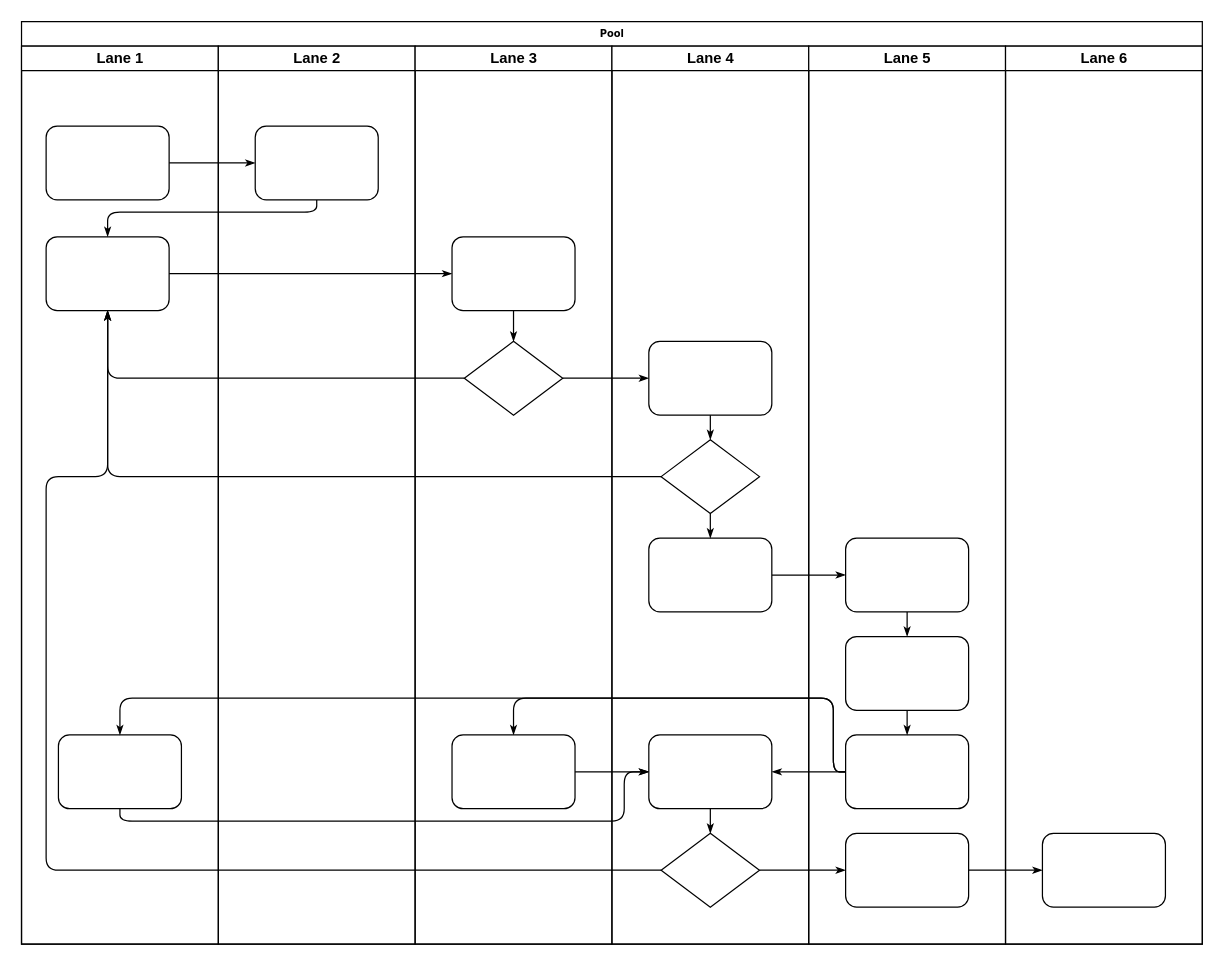
The draw.io diagram ProjectManagement/库存数据流图.drawio in liuyunlong1229/aaa, before the edit. Source tidied: cells renumbered, new cells numbered last; positions are measured from the earlier drawing's top-left corner, leaving out a move shared by most shapes. Both pictures are drawn from the tidied source at 123%, with x=0, y=0 at pixel (21, 21).
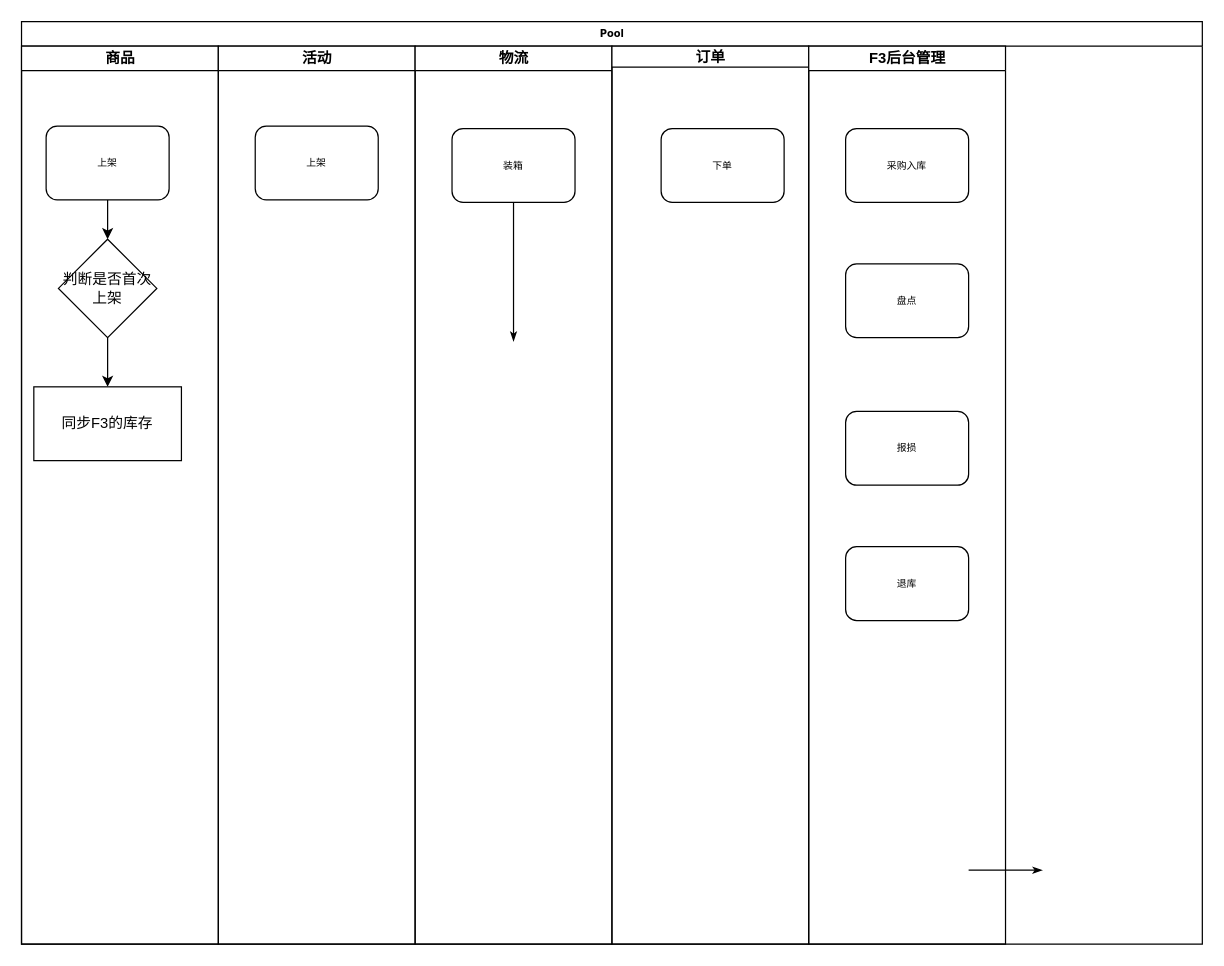
Above is the later version.

Commit message (it also covers changes not shown here):
更新库存数据流图.drawio

Unchanged cells that the change refers to:
```xml
<mxCell id="2" value="Pool" style="swimlane;html=1;startSize=20;rounded=0;shadow=0;labelBackgroundColor=none;strokeWidth=1;fontFamily=Verdana;fontSize=8;align=center;" parent="1" vertex="1">
  <mxGeometry width="960" height="750" as="geometry" />
</mxCell>
```

Change to the diagram source:
```diff
@@
-    <mxCell id="3" value="Lane 1" style="swimlane;html=1;startSize=20;" parent="2" vertex="1">
+    <mxCell id="3" value="商品" style="swimlane;html=1;startSize=20;" parent="2" vertex="1">
       <mxGeometry y="20" width="160" height="730" as="geometry" />
     </mxCell>
+    <mxCell id="47" style="edgeStyle=orthogonalEdgeStyle;rounded=0;jettySize=auto;html=1;" parent="3" edge="1" source="4" target="49">
+      <mxGeometry relative="1" as="geometry" />
+    </mxCell>
-    <mxCell id="4" style="rounded=1;whiteSpace=wrap;html=1;shadow=0;labelBackgroundColor=none;strokeWidth=1;fontFamily=Verdana;fontSize=8;align=center;" parent="3" vertex="1">
+    <mxCell id="4" value="上架" style="rounded=1;whiteSpace=wrap;html=1;shadow=0;labelBackgroundColor=none;strokeWidth=1;fontFamily=Verdana;fontSize=8;align=center;" parent="3" vertex="1">
       <mxGeometry x="20" y="65" width="100" height="60" as="geometry" />
     </mxCell>
+    <mxCell id="48" style="edgeStyle=orthogonalEdgeStyle;rounded=0;jettySize=auto;html=1;" parent="3" edge="1" source="49" target="50">
+      <mxGeometry relative="1" as="geometry" />
+    </mxCell>
+    <mxCell id="49" value="判断是否首次上架" style="rhombus;whiteSpace=wrap;html=1;" parent="3" vertex="1">
+      <mxGeometry x="30" y="157" width="80" height="80" as="geometry" />
+    </mxCell>
+    <mxCell id="50" value="同步F3的库存" style="rounded=0;whiteSpace=wrap;html=1;" parent="3" vertex="1">
+      <mxGeometry x="10" y="277" width="120" height="60" as="geometry" />
+    </mxCell>
+    <mxCell id="15" style="edgeStyle=orthogonalEdgeStyle;rounded=1;html=1;labelBackgroundColor=none;startArrow=none;startFill=0;startSize=5;endArrow=classicThin;endFill=1;endSize=5;jettySize=auto;orthogonalLoop=1;strokeWidth=1;fontFamily=Verdana;fontSize=8;" parent="2" edge="1">
+      <mxGeometry relative="1" as="geometry">
+        <mxPoint x="770" y="690" as="sourcePoint" />
+        <mxPoint x="830" y="690" as="targetPoint" />
+      </mxGeometry>
+    </mxCell>
+    <mxCell id="22" value="活动" style="swimlane;html=1;startSize=20;" parent="2" vertex="1">
+      <mxGeometry x="160" y="20" width="160" height="730" as="geometry" />
+    </mxCell>
-    <mxCell id="5" style="rounded=1;whiteSpace=wrap;html=1;shadow=0;labelBackgroundColor=none;strokeWidth=1;fontFamily=Verdana;fontSize=8;align=center;" parent="3" vertex="1">
-      <mxGeometry x="20" y="155" width="100" height="60" as="geometry" />
+    <mxCell id="5" value="上架" style="rounded=1;whiteSpace=wrap;html=1;shadow=0;labelBackgroundColor=none;strokeWidth=1;fontFamily=Verdana;fontSize=8;align=center;" parent="22" vertex="1">
+      <mxGeometry x="30" y="65" width="100" height="60" as="geometry" />
     </mxCell>
-    <mxCell id="6" style="rounded=1;whiteSpace=wrap;html=1;shadow=0;labelBackgroundColor=none;strokeWidth=1;fontFamily=Verdana;fontSize=8;align=center;" parent="3" vertex="1">
-      <mxGeometry x="30" y="560" width="100" height="60" as="geometry" />
-    </mxCell>
-    <mxCell id="7" style="edgeStyle=orthogonalEdgeStyle;rounded=1;html=1;labelBackgroundColor=none;startArrow=none;startFill=0;startSize=5;endArrow=classicThin;endFill=1;endSize=5;jettySize=auto;strokeWidth=1;fontFamily=Verdana;fontSize=8;" parent="2" edge="1" source="4" target="23">
-      <mxGeometry relative="1" as="geometry" />
-    </mxCell>
-    <mxCell id="8" style="edgeStyle=orthogonalEdgeStyle;rounded=1;html=1;labelBackgroundColor=none;startArrow=none;startFill=0;startSize=5;endArrow=classicThin;endFill=1;endSize=5;jettySize=auto;strokeWidth=1;fontFamily=Verdana;fontSize=8;" parent="2" edge="1" source="23" target="5">
-      <mxGeometry relative="1" as="geometry">
-        <Array as="points">
-          <mxPoint x="240" y="155" />
-          <mxPoint x="70" y="155" />
-        </Array>
-      </mxGeometry>
-    </mxCell>
-    <mxCell id="9" style="edgeStyle=orthogonalEdgeStyle;rounded=1;html=1;labelBackgroundColor=none;startArrow=none;startFill=0;startSize=5;endArrow=classicThin;endFill=1;endSize=5;jettySize=auto;strokeWidth=1;fontFamily=Verdana;fontSize=8;" parent="2" edge="1" source="5" target="25">
-      <mxGeometry relative="1" as="geometry" />
-    </mxCell>
-    <mxCell id="10" style="edgeStyle=orthogonalEdgeStyle;rounded=1;html=1;labelBackgroundColor=none;startArrow=none;startFill=0;startSize=5;endArrow=classicThin;endFill=1;endSize=5;jettySize=auto;strokeWidth=1;fontFamily=Verdana;fontSize=8;" parent="2" edge="1" source="26" target="5">
-      <mxGeometry relative="1" as="geometry" />
-    </mxCell>
-    <mxCell id="11" style="edgeStyle=orthogonalEdgeStyle;rounded=1;html=1;labelBackgroundColor=none;startArrow=none;startFill=0;startSize=5;endArrow=classicThin;endFill=1;endSize=5;jettySize=auto;strokeWidth=1;fontFamily=Verdana;fontSize=8;" parent="2" edge="1" source="31" target="5">
-      <mxGeometry relative="1" as="geometry" />
-    </mxCell>
-    <mxCell id="12" style="edgeStyle=orthogonalEdgeStyle;rounded=1;html=1;labelBackgroundColor=none;startArrow=none;startFill=0;startSize=5;endArrow=classicThin;endFill=1;endSize=5;jettySize=auto;strokeWidth=1;fontFamily=Verdana;fontSize=8;" parent="2" edge="1" source="34" target="5">
-      <mxGeometry relative="1" as="geometry">
-        <Array as="points">
-          <mxPoint x="20" y="690" />
-          <mxPoint x="20" y="370" />
-          <mxPoint x="70" y="370" />
-        </Array>
-      </mxGeometry>
-    </mxCell>
-    <mxCell id="13" style="edgeStyle=orthogonalEdgeStyle;rounded=1;html=1;labelBackgroundColor=none;startArrow=none;startFill=0;startSize=5;endArrow=classicThin;endFill=1;endSize=5;jettySize=auto;strokeWidth=1;fontFamily=Verdana;fontSize=8;" parent="2" edge="1" source="26" target="30">
-      <mxGeometry relative="1" as="geometry" />
-    </mxCell>
-    <mxCell id="14" style="edgeStyle=orthogonalEdgeStyle;rounded=1;html=1;labelBackgroundColor=none;startArrow=none;startFill=0;startSize=5;endArrow=classicThin;endFill=1;endSize=5;jettySize=auto;strokeWidth=1;fontFamily=Verdana;fontSize=8;" parent="2" edge="1" source="34" target="42">
-      <mxGeometry relative="1" as="geometry" />
-    </mxCell>
-    <mxCell id="15" style="edgeStyle=orthogonalEdgeStyle;rounded=1;html=1;labelBackgroundColor=none;startArrow=none;startFill=0;startSize=5;endArrow=classicThin;endFill=1;endSize=5;jettySize=auto;strokeWidth=1;fontFamily=Verdana;fontSize=8;" parent="2" edge="1" source="42" target="46">
-      <mxGeometry relative="1" as="geometry" />
-    </mxCell>
-    <mxCell id="16" style="edgeStyle=orthogonalEdgeStyle;rounded=1;html=1;labelBackgroundColor=none;startArrow=none;startFill=0;startSize=5;endArrow=classicThin;endFill=1;endSize=5;jettySize=auto;strokeWidth=1;fontFamily=Verdana;fontSize=8;" parent="2" edge="1" source="32" target="39">
-      <mxGeometry relative="1" as="geometry" />
-    </mxCell>
-    <mxCell id="17" style="edgeStyle=orthogonalEdgeStyle;rounded=1;html=1;labelBackgroundColor=none;startArrow=none;startFill=0;startSize=5;endArrow=classicThin;endFill=1;endSize=5;jettySize=auto;strokeWidth=1;fontFamily=Verdana;fontSize=8;" parent="2" edge="1" source="41" target="27">
-      <mxGeometry relative="1" as="geometry">
-        <Array as="points">
-          <mxPoint x="660" y="610" />
-          <mxPoint x="660" y="550" />
-          <mxPoint x="400" y="550" />
-        </Array>
-      </mxGeometry>
-    </mxCell>
-    <mxCell id="18" style="edgeStyle=orthogonalEdgeStyle;rounded=1;html=1;labelBackgroundColor=none;startArrow=none;startFill=0;startSize=5;endArrow=classicThin;endFill=1;endSize=5;jettySize=auto;strokeColor=#000000;strokeWidth=1;fontFamily=Verdana;fontSize=8;fontColor=#000000;" parent="2" edge="1" source="41" target="33">
-      <mxGeometry relative="1" as="geometry" />
-    </mxCell>
-    <mxCell id="19" style="edgeStyle=orthogonalEdgeStyle;rounded=1;html=1;labelBackgroundColor=none;startArrow=none;startFill=0;startSize=5;endArrow=classicThin;endFill=1;endSize=5;jettySize=auto;strokeWidth=1;fontFamily=Verdana;fontSize=8;" parent="2" edge="1" source="41" target="6">
-      <mxGeometry relative="1" as="geometry">
-        <Array as="points">
-          <mxPoint x="660" y="610" />
-          <mxPoint x="660" y="550" />
-          <mxPoint x="80" y="550" />
-        </Array>
-      </mxGeometry>
-    </mxCell>
-    <mxCell id="20" style="edgeStyle=orthogonalEdgeStyle;rounded=1;html=1;labelBackgroundColor=none;startArrow=none;startFill=0;startSize=5;endArrow=classicThin;endFill=1;endSize=5;jettySize=auto;strokeWidth=1;fontFamily=Verdana;fontSize=8;" parent="2" edge="1" source="6" target="33">
-      <mxGeometry relative="1" as="geometry">
-        <Array as="points">
-          <mxPoint x="80" y="650" />
-          <mxPoint x="490" y="650" />
-          <mxPoint x="490" y="610" />
-        </Array>
-      </mxGeometry>
-    </mxCell>
-    <mxCell id="21" style="edgeStyle=orthogonalEdgeStyle;rounded=1;html=1;labelBackgroundColor=none;startArrow=none;startFill=0;startSize=5;endArrow=classicThin;endFill=1;endSize=5;jettySize=auto;strokeWidth=1;fontFamily=Verdana;fontSize=8;" parent="2" edge="1" source="27" target="33">
-      <mxGeometry relative="1" as="geometry" />
-    </mxCell>
-    <mxCell id="22" value="Lane 2" style="swimlane;html=1;startSize=20;" parent="2" vertex="1">
-      <mxGeometry x="160" y="20" width="160" height="730" as="geometry" />
-    </mxCell>
-    <mxCell id="23" style="rounded=1;whiteSpace=wrap;html=1;shadow=0;labelBackgroundColor=none;strokeWidth=1;fontFamily=Verdana;fontSize=8;align=center;" parent="22" vertex="1">
-      <mxGeometry x="30" y="65" width="100" height="60" as="geometry" />
-    </mxCell>
-    <mxCell id="24" value="Lane 3" style="swimlane;html=1;startSize=20;" parent="2" vertex="1">
+    <mxCell id="24" value="物流" style="swimlane;html=1;startSize=20;" parent="2" vertex="1">
       <mxGeometry x="320" y="20" width="160" height="730" as="geometry" />
     </mxCell>
-    <mxCell id="25" style="rounded=1;whiteSpace=wrap;html=1;shadow=0;labelBackgroundColor=none;strokeWidth=1;fontFamily=Verdana;fontSize=8;align=center;" parent="24" vertex="1">
-      <mxGeometry x="30" y="155" width="100" height="60" as="geometry" />
+    <mxCell id="25" value="装箱" style="rounded=1;whiteSpace=wrap;html=1;shadow=0;labelBackgroundColor=none;strokeWidth=1;fontFamily=Verdana;fontSize=8;align=center;" parent="24" vertex="1">
+      <mxGeometry x="30" y="67" width="100" height="60" as="geometry" />
     </mxCell>
-    <mxCell id="26" style="rhombus;whiteSpace=wrap;html=1;rounded=0;shadow=0;labelBackgroundColor=none;strokeWidth=1;fontFamily=Verdana;fontSize=8;align=center;" parent="24" vertex="1">
-      <mxGeometry x="40" y="240" width="80" height="60" as="geometry" />
-    </mxCell>
-    <mxCell id="27" style="rounded=1;whiteSpace=wrap;html=1;shadow=0;labelBackgroundColor=none;strokeWidth=1;fontFamily=Verdana;fontSize=8;align=center;" parent="24" vertex="1">
-      <mxGeometry x="30" y="560" width="100" height="60" as="geometry" />
-    </mxCell>
-    <mxCell id="28" style="edgeStyle=orthogonalEdgeStyle;rounded=1;html=1;labelBackgroundColor=none;startArrow=none;startFill=0;startSize=5;endArrow=classicThin;endFill=1;endSize=5;jettySize=auto;strokeWidth=1;fontFamily=Verdana;fontSize=8;" parent="24" edge="1" source="25" target="26">
-      <mxGeometry relative="1" as="geometry" />
+    <mxCell id="28" style="edgeStyle=orthogonalEdgeStyle;rounded=1;html=1;labelBackgroundColor=none;startArrow=none;startFill=0;startSize=5;endArrow=classicThin;endFill=1;endSize=5;jettySize=auto;strokeWidth=1;fontFamily=Verdana;fontSize=8;" parent="24" edge="1" source="25">
+      <mxGeometry relative="1" as="geometry">
+        <mxPoint x="80" y="240" as="targetPoint" />
+      </mxGeometry>
     </mxCell>
-    <mxCell id="29" value="Lane 4" style="swimlane;html=1;startSize=20;" parent="2" vertex="1">
+    <mxCell id="29" value="订单" style="swimlane;html=1;startSize=17;" parent="2" vertex="1">
       <mxGeometry x="480" y="20" width="160" height="730" as="geometry" />
     </mxCell>
-    <mxCell id="30" style="rounded=1;whiteSpace=wrap;html=1;shadow=0;labelBackgroundColor=none;strokeWidth=1;fontFamily=Verdana;fontSize=8;align=center;" parent="29" vertex="1">
-      <mxGeometry x="30" y="240" width="100" height="60" as="geometry" />
+    <mxCell id="30" value="下单" style="rounded=1;whiteSpace=wrap;html=1;shadow=0;labelBackgroundColor=none;strokeWidth=1;fontFamily=Verdana;fontSize=8;align=center;" parent="29" vertex="1">
+      <mxGeometry x="40" y="67" width="100" height="60" as="geometry" />
     </mxCell>
-    <mxCell id="31" style="rhombus;whiteSpace=wrap;html=1;rounded=0;shadow=0;labelBackgroundColor=none;strokeWidth=1;fontFamily=Verdana;fontSize=8;align=center;" parent="29" vertex="1">
-      <mxGeometry x="40" y="320" width="80" height="60" as="geometry" />
-    </mxCell>
-    <mxCell id="32" style="rounded=1;whiteSpace=wrap;html=1;shadow=0;labelBackgroundColor=none;strokeWidth=1;fontFamily=Verdana;fontSize=8;align=center;" parent="29" vertex="1">
-      <mxGeometry x="30" y="400" width="100" height="60" as="geometry" />
-    </mxCell>
-    <mxCell id="33" style="rounded=1;whiteSpace=wrap;html=1;shadow=0;labelBackgroundColor=none;strokeWidth=1;fontFamily=Verdana;fontSize=8;align=center;" parent="29" vertex="1">
-      <mxGeometry x="30" y="560" width="100" height="60" as="geometry" />
-    </mxCell>
-    <mxCell id="34" style="rhombus;whiteSpace=wrap;html=1;rounded=0;shadow=0;labelBackgroundColor=none;strokeWidth=1;fontFamily=Verdana;fontSize=8;align=center;" parent="29" vertex="1">
-      <mxGeometry x="40" y="640" width="80" height="60" as="geometry" />
-    </mxCell>
-    <mxCell id="35" style="edgeStyle=orthogonalEdgeStyle;rounded=1;html=1;labelBackgroundColor=none;startArrow=none;startFill=0;startSize=5;endArrow=classicThin;endFill=1;endSize=5;jettySize=auto;strokeColor=#000000;strokeWidth=1;fontFamily=Verdana;fontSize=8;fontColor=#000000;" parent="29" edge="1" source="30" target="31">
-      <mxGeometry relative="1" as="geometry" />
-    </mxCell>
-    <mxCell id="36" style="edgeStyle=orthogonalEdgeStyle;rounded=1;html=1;labelBackgroundColor=none;startArrow=none;startFill=0;startSize=5;endArrow=classicThin;endFill=1;endSize=5;jettySize=auto;strokeWidth=1;fontFamily=Verdana;fontSize=8;" parent="29" edge="1" source="31" target="32">
-      <mxGeometry relative="1" as="geometry" />
-    </mxCell>
-    <mxCell id="37" style="edgeStyle=orthogonalEdgeStyle;rounded=1;html=1;labelBackgroundColor=none;startArrow=none;startFill=0;startSize=5;endArrow=classicThin;endFill=1;endSize=5;jettySize=auto;strokeWidth=1;fontFamily=Verdana;fontSize=8;" parent="29" edge="1" source="33" target="34">
-      <mxGeometry relative="1" as="geometry" />
-    </mxCell>
-    <mxCell id="38" value="Lane 5" style="swimlane;html=1;startSize=20;" parent="2" vertex="1">
+    <mxCell id="38" value="F3后台管理" style="swimlane;html=1;startSize=20;" parent="2" vertex="1">
       <mxGeometry x="640" y="20" width="160" height="730" as="geometry" />
     </mxCell>
-    <mxCell id="39" style="rounded=1;whiteSpace=wrap;html=1;shadow=0;labelBackgroundColor=none;strokeWidth=1;fontFamily=Verdana;fontSize=8;align=center;" parent="38" vertex="1">
-      <mxGeometry x="30" y="400" width="100" height="60" as="geometry" />
-    </mxCell>
-    <mxCell id="40" style="rounded=1;whiteSpace=wrap;html=1;shadow=0;labelBackgroundColor=none;strokeWidth=1;fontFamily=Verdana;fontSize=8;align=center;" parent="38" vertex="1">
-      <mxGeometry x="30" y="480" width="100" height="60" as="geometry" />
-    </mxCell>
-    <mxCell id="41" style="rounded=1;whiteSpace=wrap;html=1;shadow=0;labelBackgroundColor=none;strokeWidth=1;fontFamily=Verdana;fontSize=8;align=center;" parent="38" vertex="1">
-      <mxGeometry x="30" y="560" width="100" height="60" as="geometry" />
-    </mxCell>
-    <mxCell id="42" style="rounded=1;whiteSpace=wrap;html=1;shadow=0;labelBackgroundColor=none;strokeWidth=1;fontFamily=Verdana;fontSize=8;align=center;" parent="38" vertex="1">
-      <mxGeometry x="30" y="640" width="100" height="60" as="geometry" />
-    </mxCell>
-    <mxCell id="43" style="edgeStyle=orthogonalEdgeStyle;rounded=1;html=1;labelBackgroundColor=none;startArrow=none;startFill=0;startSize=5;endArrow=classicThin;endFill=1;endSize=5;jettySize=auto;strokeWidth=1;fontFamily=Verdana;fontSize=8;" parent="38" edge="1" source="39" target="40">
-      <mxGeometry relative="1" as="geometry" />
-    </mxCell>
-    <mxCell id="44" style="edgeStyle=orthogonalEdgeStyle;rounded=1;html=1;labelBackgroundColor=none;startArrow=none;startFill=0;startSize=5;endArrow=classicThin;endFill=1;endSize=5;jettySize=auto;strokeWidth=1;fontFamily=Verdana;fontSize=8;" parent="38" edge="1" source="40" target="41">
-      <mxGeometry relative="1" as="geometry" />
-    </mxCell>
-    <mxCell id="45" value="Lane 6" style="swimlane;html=1;startSize=20;" parent="2" vertex="1">
-      <mxGeometry x="800" y="20" width="160" height="730" as="geometry" />
-    </mxCell>
-    <mxCell id="46" style="rounded=1;whiteSpace=wrap;html=1;shadow=0;labelBackgroundColor=none;strokeWidth=1;fontFamily=Verdana;fontSize=8;align=center;" parent="45" vertex="1">
-      <mxGeometry x="30" y="640" width="100" height="60" as="geometry" />
-    </mxCell>
+    <mxCell id="51" value="采购入库" style="rounded=1;whiteSpace=wrap;html=1;shadow=0;labelBackgroundColor=none;strokeWidth=1;fontFamily=Verdana;fontSize=8;align=center;" parent="38" vertex="1">
+      <mxGeometry x="30" y="67" width="100" height="60" as="geometry" />
+    </mxCell>
+    <mxCell id="52" value="盘点" style="rounded=1;whiteSpace=wrap;html=1;shadow=0;labelBackgroundColor=none;strokeWidth=1;fontFamily=Verdana;fontSize=8;align=center;" parent="38" vertex="1">
+      <mxGeometry x="30" y="177" width="100" height="60" as="geometry" />
+    </mxCell>
+    <mxCell id="53" value="报损" style="rounded=1;whiteSpace=wrap;html=1;shadow=0;labelBackgroundColor=none;strokeWidth=1;fontFamily=Verdana;fontSize=8;align=center;" parent="38" vertex="1">
+      <mxGeometry x="30" y="297" width="100" height="60" as="geometry" />
+    </mxCell>
+    <mxCell id="54" value="退库" style="rounded=1;whiteSpace=wrap;html=1;shadow=0;labelBackgroundColor=none;strokeWidth=1;fontFamily=Verdana;fontSize=8;align=center;" parent="38" vertex="1">
+      <mxGeometry x="30" y="407" width="100" height="60" as="geometry" />
+    </mxCell>
```
